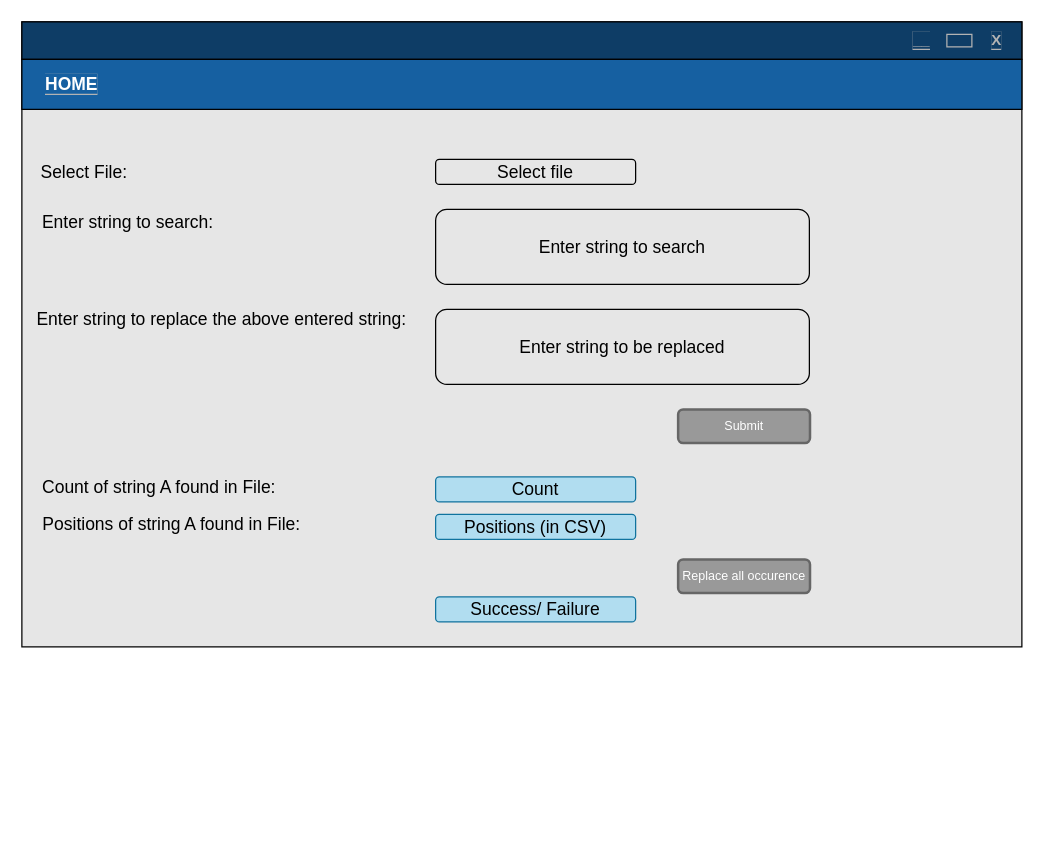
This is Requirements/Untitled Diagram.drawio from SachBisht/MultiEditor, a draw.io file, before an edit. Source tidied: cells renumbered, new cells numbered last; positions are measured from the earlier drawing's top-left corner, leaving out a move shared by most shapes. Both pictures are drawn from the tidied source at 125%, with x=0, y=0 at pixel (21, 21).
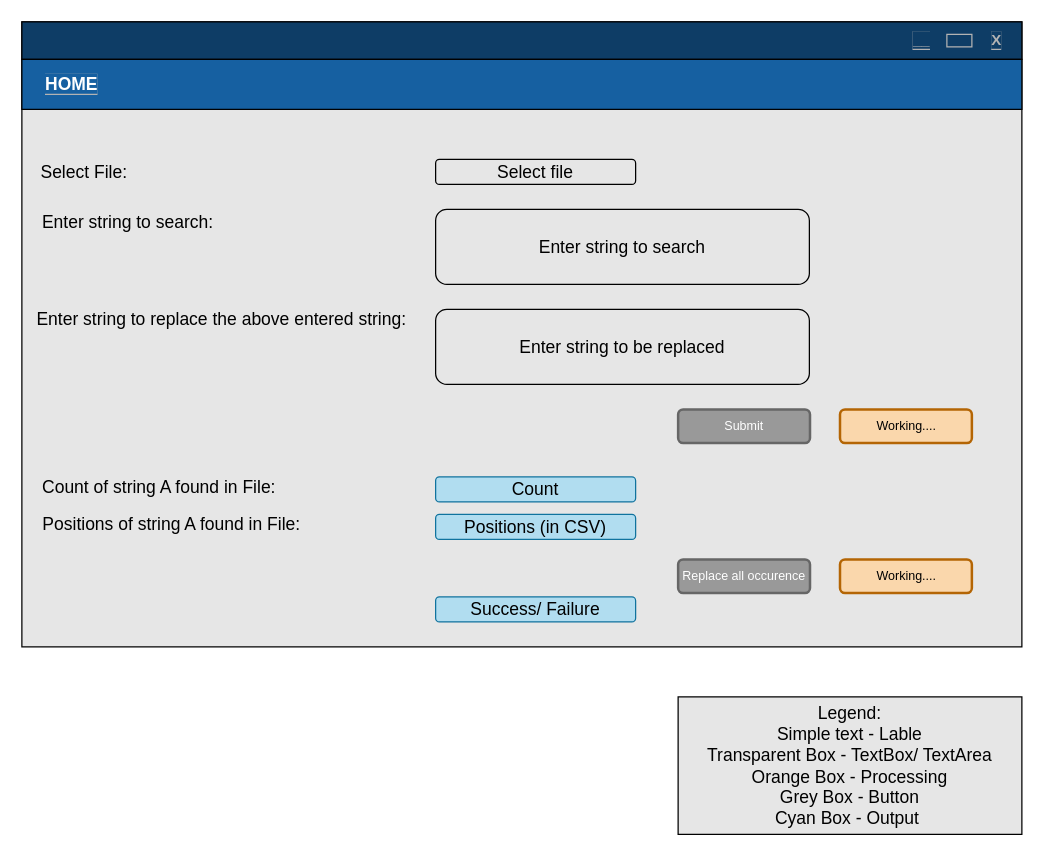
The same diagram, later.

Commit message:
refs #1 Updated Legent for BaseUI.drawio

The edit, as a diff of the source:
```diff
@@
+    <mxCell id="22" value="Working...." style="rounded=1;html=1;shadow=0;dashed=0;whiteSpace=wrap;fontSize=10;fillColor=#fad7ac;align=center;strokeColor=#b46504;strokeWidth=2;labelBackgroundColor=none;" parent="1" vertex="1">
+      <mxGeometry x="654.5" y="310" width="105.5" height="26.9" as="geometry" />
+    </mxCell>
+    <mxCell id="23" value="Working...." style="rounded=1;html=1;shadow=0;dashed=0;whiteSpace=wrap;fontSize=10;fillColor=#fad7ac;align=center;strokeColor=#b46504;strokeWidth=2;labelBackgroundColor=none;" parent="1" vertex="1">
+      <mxGeometry x="654.5" y="430" width="105.5" height="26.9" as="geometry" />
+    </mxCell>
+    <mxCell id="24" value="Legend:&lt;br&gt;Simple text - Lable&lt;br&gt;Transparent Box - TextBox/ TextArea&lt;br&gt;Orange Box - Processing&lt;br&gt;Grey Box - Button&lt;br&gt;Cyan Box - Output&amp;nbsp;" style="rounded=0;whiteSpace=wrap;html=1;labelBackgroundColor=none;strokeWidth=1;fillColor=#E6E6E6;gradientColor=none;fontSize=14;fontColor=#000000;" parent="1" vertex="1">
+      <mxGeometry x="525" y="540" width="275" height="110" as="geometry" />
+    </mxCell>
```
